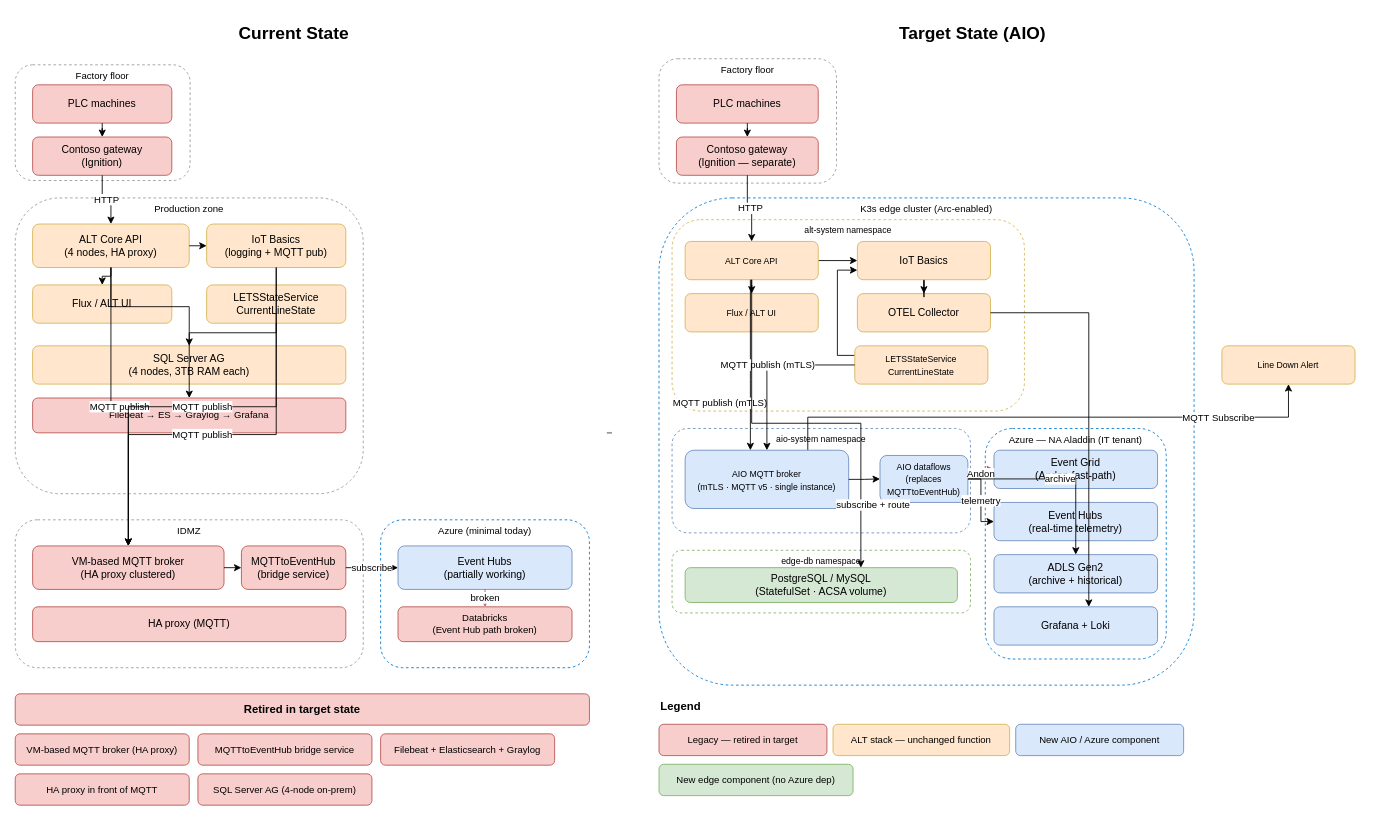
avinashr-insight/manufacturing-iot keeps this draw.io diagram as page "MQTT" (3 of 5) of aio/AIO.drawio. Above is the earlier version. Source tidied: cells renumbered, new cells numbered last; positions are measured from the earlier drawing's top-left corner, leaving out a move shared by most shapes. Both pictures are drawn from the tidied source at 87%, with x=0, y=0 at pixel (15, 15).
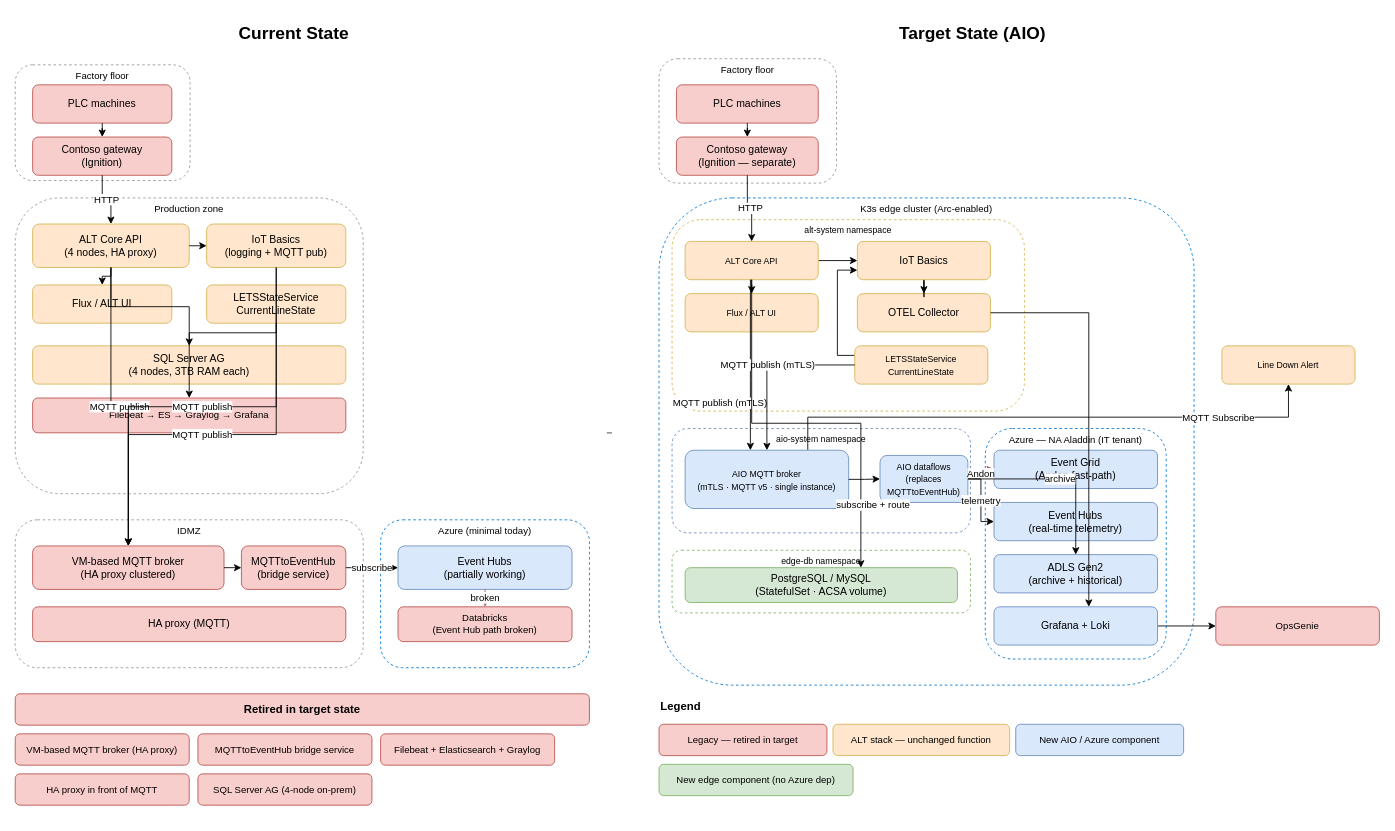
The same diagram, later.

Unchanged cells that the change refers to:
```xml
<mxCell id="56" value="Grafana + Loki" style="rounded=1;whiteSpace=wrap;html=1;fillColor=#dae8fc;strokeColor=#6c8ebf;fontSize=12;" parent="1" vertex="1">
  <mxGeometry x="1125" y="680" width="188" height="44" as="geometry" />
</mxCell>
```

Diff of the diagram source:
```diff
@@
+    <mxCell id="82" style="edgeStyle=orthogonalEdgeStyle;rounded=0;jettySize=auto;html=1;exitX=1;exitY=0.5;exitDx=0;exitDy=0;" parent="1" edge="1" source="56" target="83">
+      <mxGeometry relative="1" as="geometry" />
+    </mxCell>
@@
+    <mxCell id="83" value="OpsGenie" style="rounded=1;whiteSpace=wrap;html=1;fillColor=#f8cecc;strokeColor=#b85450;fontSize=11;align=center;verticalAlign=middle;fontFamily=Helvetica;fontColor=default;" parent="1" vertex="1">
+      <mxGeometry x="1380" y="680" width="188" height="44" as="geometry" />
+    </mxCell>
```
